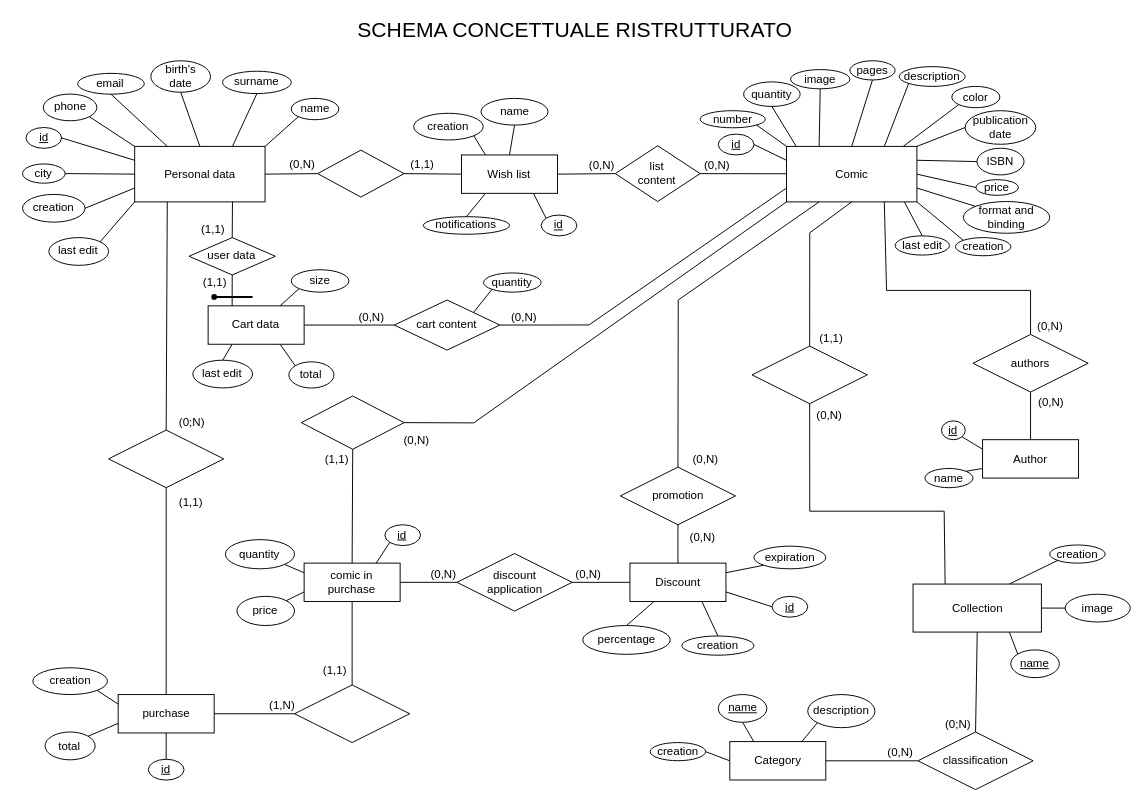
This is page "Schema E-R ristrutturato" (2 of 2) of doc/database/Comic_shop_ER_diagram.drawio from Enricods-i/Comics-Store-Backend, a draw.io file, before an edit. Source tidied: cells renumbered, new cells numbered last; positions are measured from the earlier drawing's top-left corner, leaving out a move shared by most shapes. Both pictures are drawn from the tidied source at 96%, with x=0, y=0 at pixel (22, 16).
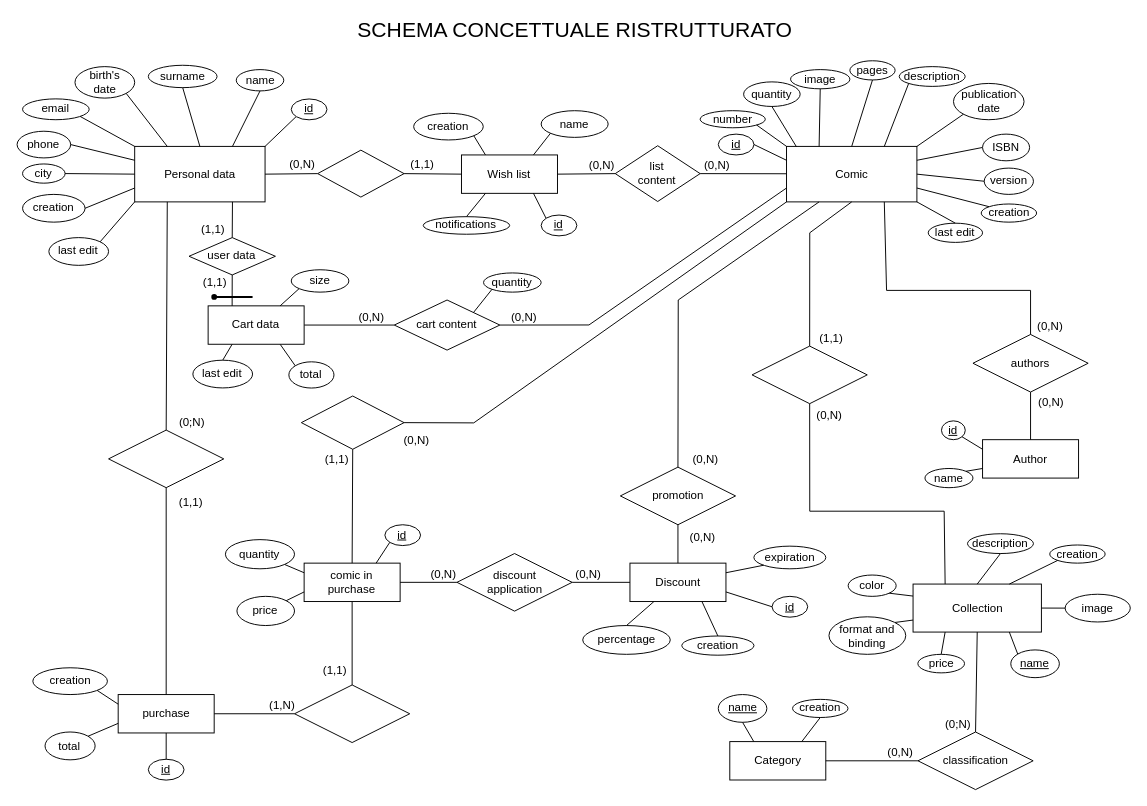
The same page after the edit.

Commit message (it also covers changes not shown here):
Modificato il database spostando molti degli attributi da comic a collection e creando l'entità author; Nel mapping Java bisogna fare la relazione che lega il cart a comic

Unchanged cells that the change refers to:
```xml
<mxCell id="2" value="Comic" style="whiteSpace=wrap;html=1;align=center;" parent="1" vertex="1">
  <mxGeometry x="795.8" y="135" width="135.8" height="57.8" as="geometry" />
</mxCell>
<mxCell id="3" value="Personal data" style="whiteSpace=wrap;html=1;align=center;" parent="1" vertex="1">
  <mxGeometry x="116.8" y="135" width="135.8" height="57.8" as="geometry" />
</mxCell>
<mxCell id="33" value="Collection" style="whiteSpace=wrap;html=1;align=center;" parent="1" vertex="1">
  <mxGeometry x="927.6" y="590.9" width="133.7" height="50" as="geometry" />
</mxCell>
<mxCell id="43" value="Category" style="whiteSpace=wrap;html=1;align=center;" parent="1" vertex="1">
  <mxGeometry x="736.7" y="755" width="100" height="40" as="geometry" />
</mxCell>
<mxCell id="86" value="Wish list" style="whiteSpace=wrap;html=1;align=center;" parent="1" vertex="1">
  <mxGeometry x="457.2" y="143.9" width="100" height="40" as="geometry" />
</mxCell>
```

Diff of the diagram source:
```diff
@@
     <mxCell id="13" value="color" style="ellipse;whiteSpace=wrap;html=1;align=center;" parent="1" vertex="1">
-      <mxGeometry x="968" y="72.5" width="50" height="22.2" as="geometry" />
+      <mxGeometry x="860" y="581.5" width="50" height="22.2" as="geometry" />
     </mxCell>
@@
-    <mxCell id="17" style="endArrow=none;html=1;rounded=0;entryX=0;entryY=1;entryDx=0;entryDy=0;exitX=0.896;exitY=-0.001;exitDx=0;exitDy=0;exitPerimeter=0;" parent="1" edge="1" source="2" target="13">
+    <mxCell id="17" style="endArrow=none;html=1;rounded=0;entryX=1;entryY=1;entryDx=0;entryDy=0;exitX=0;exitY=0.25;exitDx=0;exitDy=0;" parent="1" edge="1" source="33" target="13">
       <mxGeometry relative="1" as="geometry" />
     </mxCell>
@@
     <mxCell id="19" value="name" style="ellipse;whiteSpace=wrap;html=1;align=center;" parent="1" vertex="1">
-      <mxGeometry x="279.9" y="85" width="49.5" height="22.2" as="geometry" />
+      <mxGeometry x="222.6" y="55" width="49.5" height="22.2" as="geometry" />
     </mxCell>
     <mxCell id="20" value="surname" style="ellipse;whiteSpace=wrap;html=1;align=center;" parent="1" vertex="1">
-      <mxGeometry x="208.3" y="56.7" width="71.6" height="23.3" as="geometry" />
+      <mxGeometry x="131" y="50.5" width="71.6" height="23.3" as="geometry" />
     </mxCell>
     <mxCell id="21" value="email" style="ellipse;whiteSpace=wrap;html=1;align=center;" parent="1" vertex="1">
-      <mxGeometry x="57.4" y="58.9" width="69.4" height="21.7" as="geometry" />
+      <mxGeometry y="85.5" width="69.4" height="21.7" as="geometry" />
     </mxCell>
     <mxCell id="22" value="phone" style="ellipse;whiteSpace=wrap;html=1;align=center;" parent="1" vertex="1">
-      <mxGeometry x="21.6" y="80.5" width="55.8" height="27.8" as="geometry" />
+      <mxGeometry x="-5.7" y="119.2" width="55.8" height="27.8" as="geometry" />
     </mxCell>
@@
-    <mxCell id="26" style="endArrow=none;html=1;rounded=0;exitX=1;exitY=0;exitDx=0;exitDy=0;entryX=0;entryY=1;entryDx=0;entryDy=0;" parent="1" edge="1" source="3" target="19">
+    <mxCell id="26" style="endArrow=none;html=1;rounded=0;exitX=0.75;exitY=0;exitDx=0;exitDy=0;entryX=0.5;entryY=1;entryDx=0;entryDy=0;" parent="1" edge="1" source="3" target="19">
       <mxGeometry relative="1" as="geometry" />
     </mxCell>
-    <mxCell id="27" style="endArrow=none;html=1;rounded=0;exitX=0;exitY=0;exitDx=0;exitDy=0;entryX=1;entryY=1;entryDx=0;entryDy=0;" parent="1" edge="1" source="3" target="22">
+    <mxCell id="27" style="endArrow=none;html=1;rounded=0;exitX=0;exitY=0.25;exitDx=0;exitDy=0;entryX=1;entryY=0.5;entryDx=0;entryDy=0;" parent="1" edge="1" source="3" target="22">
       <mxGeometry relative="1" as="geometry" />
     </mxCell>
-    <mxCell id="28" style="endArrow=none;html=1;rounded=0;exitX=0.75;exitY=0;exitDx=0;exitDy=0;entryX=0.5;entryY=1;entryDx=0;entryDy=0;" parent="1" edge="1" source="3" target="20">
+    <mxCell id="28" style="endArrow=none;html=1;rounded=0;exitX=0.5;exitY=0;exitDx=0;exitDy=0;entryX=0.5;entryY=1;entryDx=0;entryDy=0;" parent="1" edge="1" source="3" target="20">
       <mxGeometry relative="1" as="geometry" />
     </mxCell>
-    <mxCell id="29" style="endArrow=none;html=1;rounded=0;exitX=0.25;exitY=0;exitDx=0;exitDy=0;entryX=0.5;entryY=1;entryDx=0;entryDy=0;" parent="1" edge="1" source="3" target="21">
+    <mxCell id="29" style="endArrow=none;html=1;rounded=0;exitX=0;exitY=0;exitDx=0;exitDy=0;entryX=1;entryY=1;entryDx=0;entryDy=0;" parent="1" edge="1" source="3" target="21">
       <mxGeometry relative="1" as="geometry" />
     </mxCell>
@@
     <mxCell id="74" value="publication date" style="ellipse;whiteSpace=wrap;html=1;align=center;fontSize=12;" parent="1" vertex="1">
-      <mxGeometry x="981.9" y="97.8" width="73.5" height="35" as="geometry" />
+      <mxGeometry x="969.7" y="69.4" width="73.5" height="37.8" as="geometry" />
     </mxCell>
-    <mxCell id="75" style="endArrow=none;html=1;rounded=0;fontSize=12;entryX=0;entryY=0.5;entryDx=0;entryDy=0;exitX=1;exitY=0;exitDx=0;exitDy=0;" parent="1" edge="1" source="2" target="74">
+    <mxCell id="75" style="endArrow=none;html=1;rounded=0;fontSize=12;entryX=0;entryY=1;entryDx=0;entryDy=0;exitX=1;exitY=0;exitDx=0;exitDy=0;" parent="1" edge="1" source="2" target="74">
       <mxGeometry relative="1" as="geometry" />
     </mxCell>
     <mxCell id="76" value="creation" style="ellipse;whiteSpace=wrap;html=1;align=center;" parent="1" vertex="1">
-      <mxGeometry x="971.8" y="230" width="57.7" height="18.9" as="geometry" />
+      <mxGeometry x="998.6" y="195" width="57.7" height="18.9" as="geometry" />
     </mxCell>
     <mxCell id="77" value="last edit" style="ellipse;whiteSpace=wrap;html=1;align=center;" parent="1" vertex="1">
-      <mxGeometry x="908.9" y="228.2" width="56.6" height="20" as="geometry" />
+      <mxGeometry x="943.4" y="215" width="56.6" height="20" as="geometry" />
     </mxCell>
-    <mxCell id="78" style="endArrow=none;html=1;rounded=0;fontSize=12;exitX=1;exitY=1;exitDx=0;exitDy=0;entryX=0;entryY=0;entryDx=0;entryDy=0;" parent="1" edge="1" source="2" target="76">
+    <mxCell id="78" style="endArrow=none;html=1;rounded=0;fontSize=12;exitX=1;exitY=0.75;exitDx=0;exitDy=0;entryX=0;entryY=0;entryDx=0;entryDy=0;" parent="1" edge="1" source="2" target="76">
       <mxGeometry relative="1" as="geometry" />
     </mxCell>
-    <mxCell id="79" style="endArrow=none;html=1;rounded=0;fontSize=12;entryX=0.5;entryY=0;entryDx=0;entryDy=0;exitX=0.905;exitY=1.004;exitDx=0;exitDy=0;exitPerimeter=0;" parent="1" edge="1" source="2" target="77">
+    <mxCell id="79" style="endArrow=none;html=1;rounded=0;fontSize=12;entryX=0.5;entryY=0;entryDx=0;entryDy=0;exitX=1;exitY=1;exitDx=0;exitDy=0;" parent="1" edge="1" source="2" target="77">
       <mxGeometry relative="1" as="geometry" />
     </mxCell>
@@
-    <mxCell id="82" value="description" style="ellipse;whiteSpace=wrap;html=1;align=center;" parent="1" vertex="1">
-      <mxGeometry x="817.9" y="706" width="70" height="34.5" as="geometry" />
-    </mxCell>
-    <mxCell id="83" style="endArrow=none;html=1;rounded=0;exitX=0.75;exitY=0;exitDx=0;exitDy=0;entryX=0;entryY=1;entryDx=0;entryDy=0;" parent="1" edge="1" source="43" target="82">
-      <mxGeometry relative="1" as="geometry" />
-    </mxCell>
@@
     <mxCell id="100" value="birth's&lt;br&gt;date" style="ellipse;whiteSpace=wrap;html=1;align=center;" parent="1" vertex="1">
-      <mxGeometry x="133.6" y="45.8" width="62.2" height="32.8" as="geometry" />
+      <mxGeometry x="54.6" y="51.9" width="62.2" height="32.8" as="geometry" />
     </mxCell>
-    <mxCell id="101" style="endArrow=none;html=1;rounded=0;exitX=0.5;exitY=0;exitDx=0;exitDy=0;entryX=0.5;entryY=1;entryDx=0;entryDy=0;" parent="1" edge="1" source="3" target="100">
+    <mxCell id="101" style="endArrow=none;html=1;rounded=0;exitX=0.25;exitY=0;exitDx=0;exitDy=0;entryX=1;entryY=1;entryDx=0;entryDy=0;" parent="1" edge="1" source="3" target="100">
       <mxGeometry relative="1" as="geometry" />
     </mxCell>
     <mxCell id="102" value="name" style="ellipse;whiteSpace=wrap;html=1;align=center;" parent="1" vertex="1">
-      <mxGeometry x="477.6" y="85" width="69.8" height="27.8" as="geometry" />
+      <mxGeometry x="540.2" y="97.8" width="69.8" height="27.8" as="geometry" />
     </mxCell>
-    <mxCell id="103" style="endArrow=none;html=1;rounded=0;exitX=0.5;exitY=0;exitDx=0;exitDy=0;entryX=0.5;entryY=1;entryDx=0;entryDy=0;" parent="1" edge="1" source="86" target="102">
+    <mxCell id="103" style="endArrow=none;html=1;rounded=0;exitX=0.75;exitY=0;exitDx=0;exitDy=0;entryX=0;entryY=1;entryDx=0;entryDy=0;" parent="1" edge="1" source="86" target="102">
       <mxGeometry relative="1" as="geometry" />
     </mxCell>
@@
-    <mxCell id="124" style="endArrow=none;html=1;rounded=0;exitX=0;exitY=0.5;exitDx=0;exitDy=0;entryX=1;entryY=0.5;entryDx=0;entryDy=0;" parent="1" edge="1" source="125" target="2">
+    <mxCell id="124" style="endArrow=none;html=1;rounded=0;exitX=0.5;exitY=0;exitDx=0;exitDy=0;entryX=0.25;entryY=1;entryDx=0;entryDy=0;" parent="1" edge="1" source="125" target="33">
       <mxGeometry relative="1" as="geometry" />
     </mxCell>
     <mxCell id="125" value="price" style="ellipse;whiteSpace=wrap;html=1;align=center;" parent="1" vertex="1">
-      <mxGeometry x="993.2" y="169.6" width="44.1" height="16.4" as="geometry" />
+      <mxGeometry x="932.6" y="664.1" width="48.6" height="19.3" as="geometry" />
     </mxCell>
     <mxCell id="126" value="ISBN" style="ellipse;whiteSpace=wrap;html=1;align=center;" parent="1" vertex="1">
-      <mxGeometry x="994.2" y="136.9" width="49" height="27.8" as="geometry" />
+      <mxGeometry x="1000" y="122.2" width="49" height="27.8" as="geometry" />
     </mxCell>
     <mxCell id="127" value="format and binding" style="ellipse;whiteSpace=wrap;html=1;align=center;" parent="1" vertex="1">
-      <mxGeometry x="980" y="192.4" width="90" height="33.1" as="geometry" />
+      <mxGeometry x="840" y="625" width="80" height="39.1" as="geometry" />
     </mxCell>
-    <mxCell id="128" style="endArrow=none;html=1;rounded=0;exitX=1;exitY=0.75;exitDx=0;exitDy=0;entryX=0;entryY=0;entryDx=0;entryDy=0;" parent="1" edge="1" source="2" target="127">
+    <mxCell id="128" style="endArrow=none;html=1;rounded=0;entryX=1;entryY=0;entryDx=0;entryDy=0;exitX=0;exitY=0.75;exitDx=0;exitDy=0;" parent="1" edge="1" source="33" target="127">
       <mxGeometry relative="1" as="geometry" />
     </mxCell>
@@
-    <mxCell id="138" style="endArrow=none;html=1;rounded=0;exitX=0;exitY=0.25;exitDx=0;exitDy=0;entryX=1;entryY=0.5;entryDx=0;entryDy=0;" parent="1" edge="1" source="3" target="151">
+    <mxCell id="138" style="endArrow=none;html=1;rounded=0;entryX=0;entryY=1;entryDx=0;entryDy=0;exitX=1;exitY=0;exitDx=0;exitDy=0;" parent="1" edge="1" source="3" target="151">
       <mxGeometry relative="1" as="geometry" />
     </mxCell>
@@
     <mxCell id="151" value="id" style="ellipse;whiteSpace=wrap;html=1;align=center;fontStyle=4;" parent="1" vertex="1">
-      <mxGeometry x="3.5" y="115.3" width="37.2" height="21.7" as="geometry" />
+      <mxGeometry x="279.9" y="85.6" width="37.2" height="21.7" as="geometry" />
     </mxCell>
@@
     <mxCell id="169" value="creation" style="ellipse;whiteSpace=wrap;html=1;align=center;" parent="1" vertex="1">
-      <mxGeometry x="653.8" y="756" width="57.7" height="18.9" as="geometry" />
+      <mxGeometry x="802.1" y="711" width="57.7" height="18.9" as="geometry" />
     </mxCell>
-    <mxCell id="170" style="endArrow=none;html=1;rounded=0;exitX=1;exitY=0.5;exitDx=0;exitDy=0;entryX=0;entryY=0.5;entryDx=0;entryDy=0;" parent="1" edge="1" source="169" target="43">
+    <mxCell id="170" style="endArrow=none;html=1;rounded=0;exitX=0.5;exitY=1;exitDx=0;exitDy=0;entryX=0.75;entryY=0;entryDx=0;entryDy=0;" parent="1" edge="1" source="169" target="43">
       <mxGeometry relative="1" as="geometry" />
     </mxCell>
+    <mxCell id="82" value="description" style="ellipse;whiteSpace=wrap;html=1;align=center;" parent="1" vertex="1">
+      <mxGeometry x="984.3" y="538.5" width="68.7" height="20.6" as="geometry" />
+    </mxCell>
+    <mxCell id="171" style="endArrow=none;html=1;rounded=0;exitX=0.5;exitY=0;exitDx=0;exitDy=0;entryX=0.5;entryY=1;entryDx=0;entryDy=0;" parent="1" edge="1" source="33" target="82">
+      <mxGeometry relative="1" as="geometry" />
+    </mxCell>
+    <mxCell id="172" value="version" style="ellipse;whiteSpace=wrap;html=1;align=center;" parent="1" vertex="1">
+      <mxGeometry x="1001.7" y="157.6" width="51.3" height="27.4" as="geometry" />
+    </mxCell>
+    <mxCell id="173" style="endArrow=none;html=1;rounded=0;exitX=1;exitY=0.5;exitDx=0;exitDy=0;entryX=0;entryY=0.5;entryDx=0;entryDy=0;" parent="1" edge="1" source="2" target="172">
+      <mxGeometry relative="1" as="geometry" />
+    </mxCell>
```
